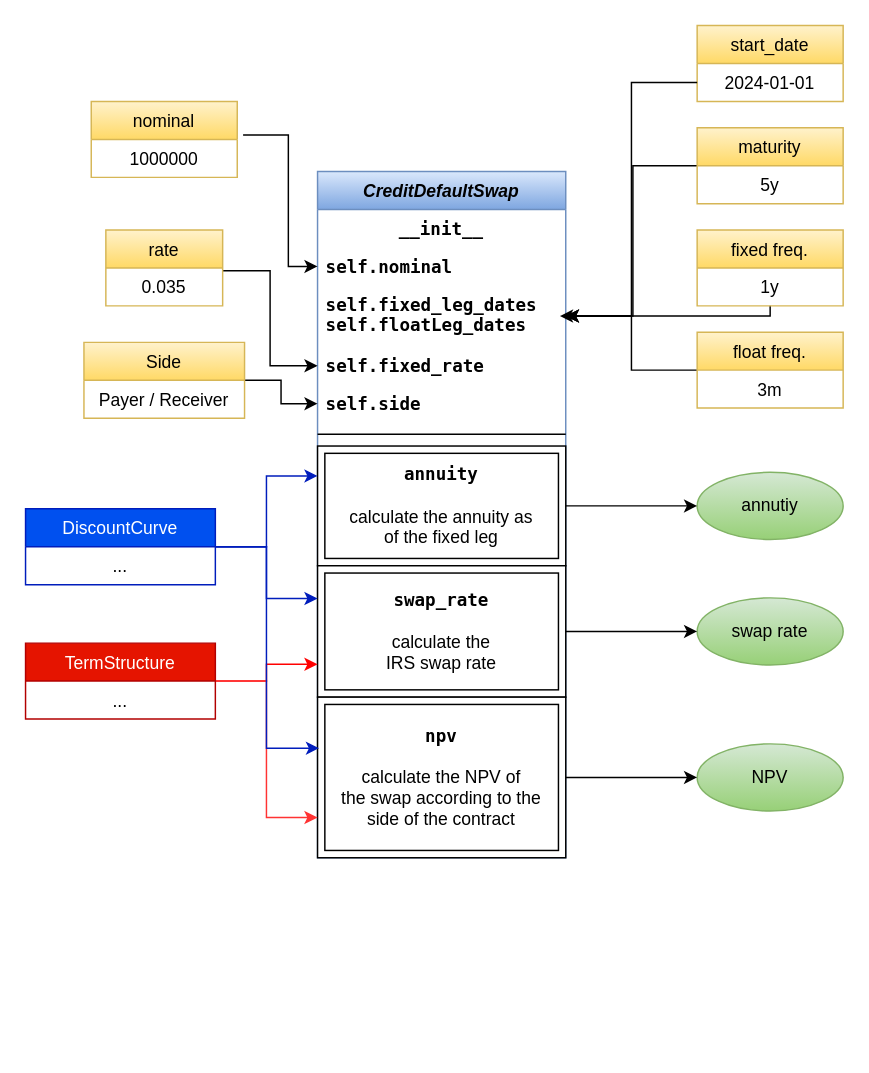
Above: input_files/CreditDefaultSwapClass.drawio in matteosan1/finance_course (draw.io), before the change. Source tidied: cells renumbered, new cells numbered last; positions are measured from the earlier drawing's top-left corner, leaving out a move shared by most shapes. Both pictures are drawn from the tidied source at 146%, with x=0, y=0 at pixel (25, 25).
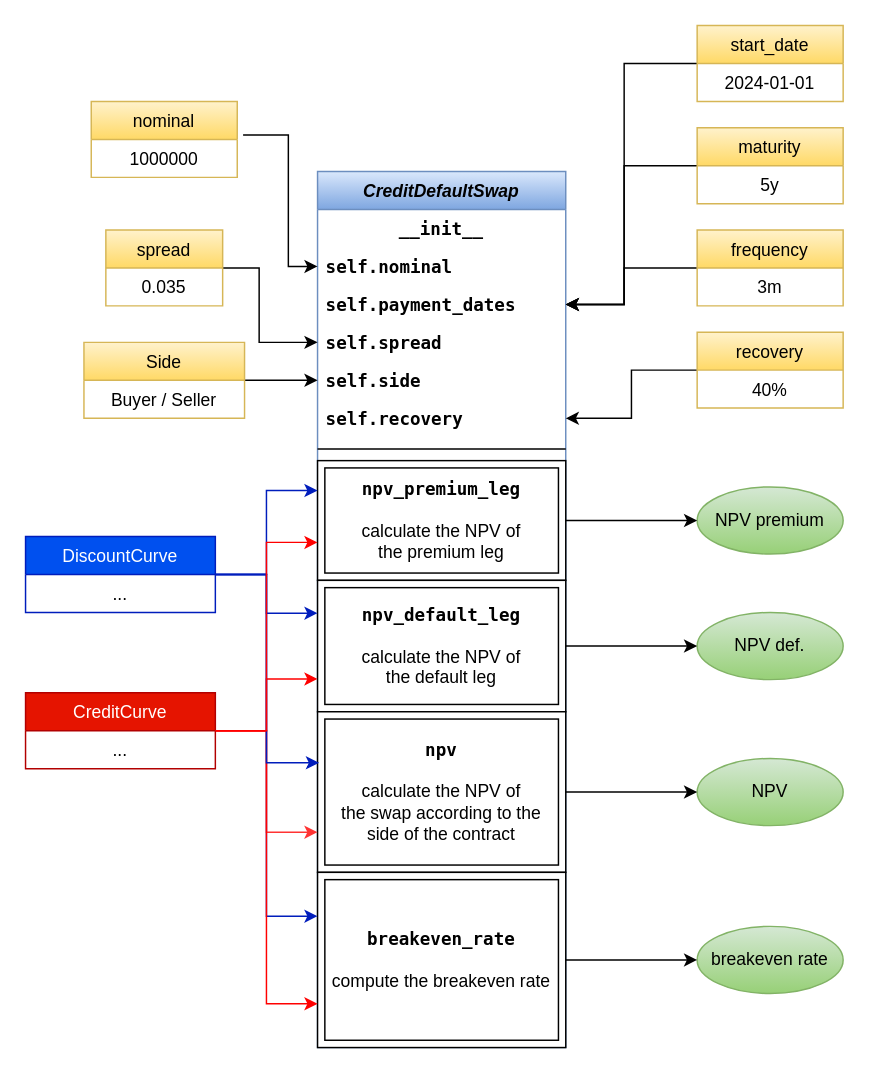
The same diagram, later.

The change refers to these unchanged cells:
```xml
<mxCell id="13" value="maturity" style="swimlane;fontStyle=0;align=center;verticalAlign=top;horizontal=1;startSize=26;rounded=0;shadow=0;strokeWidth=1;fillColor=#fff2cc;gradientColor=#ffd966;strokeColor=#d6b656;" parent="1" vertex="1">
  <mxGeometry x="460" y="70" width="100" height="52" as="geometry" />
</mxCell>
<mxCell id="16" value="Side" style="swimlane;fontStyle=0;align=center;verticalAlign=top;horizontal=1;startSize=26;rounded=0;shadow=0;strokeWidth=1;fillColor=#fff2cc;gradientColor=#ffd966;strokeColor=#d6b656;" parent="1" vertex="1">
  <mxGeometry x="40" y="217" width="110" height="52" as="geometry" />
</mxCell>
<mxCell id="18" value="start_date" style="swimlane;fontStyle=0;align=center;verticalAlign=top;horizontal=1;startSize=26;rounded=0;shadow=0;strokeWidth=1;fillColor=#fff2cc;gradientColor=#ffd966;strokeColor=#d6b656;" parent="1" vertex="1">
  <mxGeometry x="460" width="100" height="52" as="geometry" />
</mxCell>
<mxCell id="19" value="2024-01-01" style="text;align=center;verticalAlign=top;spacingLeft=4;spacingRight=4;overflow=hidden;points=[[0,0.5],[1,0.5]];portConstraint=eastwest;" parent="18" vertex="1">
  <mxGeometry y="26" width="100" height="26" as="geometry" />
</mxCell>
<mxCell id="30" value="0.035" style="text;align=center;verticalAlign=top;spacingLeft=4;spacingRight=4;overflow=hidden;points=[[0,0.5],[1,0.5]];portConstraint=eastwest;" parent="29" vertex="1">
  <mxGeometry y="26" width="80" height="26" as="geometry" />
</mxCell>
```

Change to the diagram source:
```diff
@@
     <mxCell id="2" value="CreditDefaultSwap" style="swimlane;fontStyle=3;align=center;verticalAlign=top;horizontal=1;startSize=26;rounded=0;shadow=0;strokeWidth=1;fillColor=#dae8fc;strokeColor=#6c8ebf;gradientColor=#7ea6e0;" parent="1" vertex="1">
-      <mxGeometry x="200" y="100" width="170" height="470" as="geometry" />
+      <mxGeometry x="200" y="100" width="170" height="600" as="geometry" />
     </mxCell>
@@
-    <mxCell id="5" value="self.fixed_leg_dates&#10;self.floatLeg_dates" style="text;align=left;verticalAlign=top;spacingLeft=4;spacingRight=4;overflow=hidden;points=[[0,0.5],[1,0.5]];portConstraint=eastwest;rounded=0;shadow=0;html=0;fontStyle=1;fontFamily=Lucida Console;" parent="2" vertex="1">
-      <mxGeometry y="78" width="170" height="42" as="geometry" />
-    </mxCell>
-    <mxCell id="6" value="self.fixed_rate" style="text;align=left;verticalAlign=top;spacingLeft=4;spacingRight=4;overflow=hidden;points=[[0,0.5],[1,0.5]];portConstraint=eastwest;rounded=0;shadow=0;html=0;fontStyle=1;fontFamily=Lucida Console;" parent="2" vertex="1">
-      <mxGeometry y="120" width="170" height="26" as="geometry" />
+    <mxCell id="6" value="self.payment_dates" style="text;align=left;verticalAlign=top;spacingLeft=4;spacingRight=4;overflow=hidden;points=[[0,0.5],[1,0.5]];portConstraint=eastwest;rounded=0;shadow=0;html=0;fontStyle=1;fontFamily=Lucida Console;" parent="2" vertex="1">
+      <mxGeometry y="78" width="170" height="26" as="geometry" />
     </mxCell>
+    <mxCell id="48" value="self.spread" style="text;align=left;verticalAlign=top;spacingLeft=4;spacingRight=4;overflow=hidden;points=[[0,0.5],[1,0.5]];portConstraint=eastwest;rounded=0;shadow=0;html=0;fontStyle=1;fontFamily=Lucida Console;" parent="2" vertex="1">
+      <mxGeometry y="104" width="170" height="26" as="geometry" />
+    </mxCell>
     <mxCell id="7" value="self.side" style="text;align=left;verticalAlign=top;spacingLeft=4;spacingRight=4;overflow=hidden;points=[[0,0.5],[1,0.5]];portConstraint=eastwest;rounded=0;shadow=0;html=0;fontStyle=1;fontFamily=Lucida Console;" parent="2" vertex="1">
-      <mxGeometry y="146" width="170" height="26" as="geometry" />
+      <mxGeometry y="130" width="170" height="26" as="geometry" />
     </mxCell>
+    <mxCell id="49" value="self.recovery" style="text;align=left;verticalAlign=top;spacingLeft=4;spacingRight=4;overflow=hidden;points=[[0,0.5],[1,0.5]];portConstraint=eastwest;rounded=0;shadow=0;html=0;fontStyle=1;fontFamily=Lucida Console;" parent="2" vertex="1">
+      <mxGeometry y="156" width="170" height="26" as="geometry" />
+    </mxCell>
     <mxCell id="8" style="line;html=1;strokeWidth=1;align=left;verticalAlign=middle;spacingTop=-1;spacingLeft=3;spacingRight=3;labelPosition=right;" parent="2" vertex="1">
-      <mxGeometry y="172" width="170" height="16" as="geometry" />
+      <mxGeometry y="182" width="170" height="16" as="geometry" />
     </mxCell>
-    <mxCell id="9" value="&lt;font face=&quot;Lucida Console&quot;&gt;&lt;b&gt;annuity&lt;/b&gt;&lt;/font&gt;&lt;br&gt;&lt;br&gt;&lt;font style=&quot;&quot; face=&quot;Helvetica&quot;&gt;calculate the annuity as&lt;br&gt;of the fixed leg&lt;/font&gt;" style="shape=ext;margin=3;double=1;whiteSpace=wrap;html=1;align=center;" parent="2" vertex="1">
-      <mxGeometry y="188" width="170" height="82" as="geometry" />
+    <mxCell id="9" value="&lt;font face=&quot;Lucida Console&quot;&gt;&lt;b&gt;npv_premium_leg&lt;/b&gt;&lt;/font&gt;&lt;br&gt;&lt;br&gt;&lt;font style=&quot;&quot; face=&quot;Helvetica&quot;&gt;calculate the NPV of&lt;br&gt;the premium leg&lt;/font&gt;" style="shape=ext;margin=3;double=1;whiteSpace=wrap;html=1;align=center;" parent="2" vertex="1">
+      <mxGeometry y="198" width="170" height="82" as="geometry" />
     </mxCell>
-    <mxCell id="10" value="&lt;b&gt;&lt;font face=&quot;Lucida Console&quot;&gt;swap_rate&lt;br&gt;&lt;/font&gt;&lt;/b&gt;&lt;br&gt;calculate the &lt;br&gt;IRS swap rate" style="shape=ext;margin=3;double=1;whiteSpace=wrap;html=1;align=center;" parent="2" vertex="1">
-      <mxGeometry y="270" width="170" height="90" as="geometry" />
+    <mxCell id="10" value="&lt;b&gt;&lt;font face=&quot;Lucida Console&quot;&gt;npv_default_leg&lt;br&gt;&lt;/font&gt;&lt;/b&gt;&lt;br&gt;calculate the NPV of&lt;br&gt;the default leg" style="shape=ext;margin=3;double=1;whiteSpace=wrap;html=1;align=center;" parent="2" vertex="1">
+      <mxGeometry y="280" width="170" height="90" as="geometry" />
     </mxCell>
     <mxCell id="11" value="&lt;b&gt;&lt;font face=&quot;Lucida Console&quot;&gt;npv&lt;br&gt;&lt;/font&gt;&lt;/b&gt;&lt;br&gt;calculate the NPV of&lt;br&gt;the swap according to the side of the contract" style="shape=ext;margin=3;double=1;whiteSpace=wrap;html=1;align=center;" parent="2" vertex="1">
-      <mxGeometry y="360" width="170" height="110" as="geometry" />
+      <mxGeometry y="370" width="170" height="110" as="geometry" />
     </mxCell>
-    <mxCell id="12" style="edgeStyle=orthogonalEdgeStyle;rounded=0;jettySize=auto;html=1;entryX=1;entryY=0.5;entryDx=0;entryDy=0;exitX=0;exitY=0.5;exitDx=0;exitDy=0;" parent="1" edge="1" source="13">
-      <mxGeometry relative="1" as="geometry">
-        <mxPoint x="366" y="199" as="targetPoint" />
-        <Array as="points">
-          <mxPoint x="416" y="96" />
-          <mxPoint x="416" y="199" />
-        </Array>
-      </mxGeometry>
-    </mxCell>
+    <mxCell id="50" value="&lt;b&gt;&lt;font face=&quot;Lucida Console&quot;&gt;breakeven_rate&lt;/font&gt;&lt;/b&gt;&lt;br&gt;&lt;div&gt;&lt;br&gt;compute the breakeven rate&lt;/div&gt;" style="shape=ext;margin=3;double=1;whiteSpace=wrap;html=1;align=center;" parent="2" vertex="1">
+      <mxGeometry y="480" width="170" height="120" as="geometry" />
+    </mxCell>
+    <mxCell id="51" style="edgeStyle=orthogonalEdgeStyle;rounded=0;jettySize=auto;html=1;entryX=1;entryY=0.5;entryDx=0;entryDy=0;" parent="1" edge="1" source="13" target="6">
+      <mxGeometry relative="1" as="geometry">
+        <Array as="points">
+          <mxPoint x="410" y="96" />
+          <mxPoint x="410" y="191" />
+        </Array>
+      </mxGeometry>
+    </mxCell>
@@
-    <mxCell id="17" value="Payer / Receiver" style="text;align=center;verticalAlign=top;spacingLeft=4;spacingRight=4;overflow=hidden;" parent="16" vertex="1">
+    <mxCell id="17" value="Buyer / Seller" style="text;align=center;verticalAlign=top;spacingLeft=4;spacingRight=4;overflow=hidden;" parent="16" vertex="1">
       <mxGeometry y="26" width="110" height="26" as="geometry" />
     </mxCell>
+    <mxCell id="52" style="edgeStyle=orthogonalEdgeStyle;rounded=0;jettySize=auto;html=1;entryX=1;entryY=0.5;entryDx=0;entryDy=0;" parent="1" edge="1" source="18" target="6">
+      <mxGeometry relative="1" as="geometry">
+        <Array as="points">
+          <mxPoint x="410" y="26" />
+          <mxPoint x="410" y="191" />
+        </Array>
+      </mxGeometry>
+    </mxCell>
@@
+    <mxCell id="53" style="edgeStyle=orthogonalEdgeStyle;rounded=0;jettySize=auto;html=1;entryX=0;entryY=0.25;entryDx=0;entryDy=0;fillColor=#0050ef;strokeColor=#001DBC;" parent="1" edge="1" source="22" target="50">
+      <mxGeometry relative="1" as="geometry" />
+    </mxCell>
     <mxCell id="22" value="DiscountCurve" style="swimlane;fontStyle=0;align=center;verticalAlign=top;horizontal=1;startSize=26;rounded=0;shadow=0;strokeWidth=1;fillColor=#0050ef;strokeColor=#001DBC;fontColor=#ffffff;" parent="1" vertex="1">
-      <mxGeometry y="331" width="130" height="52" as="geometry" />
+      <mxGeometry y="350" width="130" height="52" as="geometry" />
     </mxCell>
@@
-    <mxCell id="24" value="annutiy" style="ellipse;whiteSpace=wrap;html=1;align=center;fillColor=#d5e8d4;gradientColor=#97d077;strokeColor=#82b366;" parent="1" vertex="1">
-      <mxGeometry x="460" y="306" width="100" height="46" as="geometry" />
+    <mxCell id="24" value="NPV premium" style="ellipse;whiteSpace=wrap;html=1;align=center;fillColor=#d5e8d4;gradientColor=#97d077;strokeColor=#82b366;" parent="1" vertex="1">
+      <mxGeometry x="460" y="316" width="100" height="46" as="geometry" />
     </mxCell>
@@
-    <mxCell id="28" style="edgeStyle=orthogonalEdgeStyle;rounded=0;jettySize=auto;html=1;entryX=0;entryY=0.5;entryDx=0;entryDy=0;exitX=1;exitY=0.077;exitDx=0;exitDy=0;exitPerimeter=0;" parent="1" edge="1" source="30" target="6">
-      <mxGeometry relative="1" as="geometry" />
-    </mxCell>
+    <mxCell id="54" style="edgeStyle=orthogonalEdgeStyle;rounded=0;jettySize=auto;html=1;entryX=0;entryY=0.5;entryDx=0;entryDy=0;" parent="1" edge="1" source="29" target="48">
+      <mxGeometry relative="1" as="geometry">
+        <Array as="points">
+          <mxPoint x="160" y="166" />
+          <mxPoint x="160" y="217" />
+        </Array>
+      </mxGeometry>
+    </mxCell>
-    <mxCell id="29" value="rate" style="swimlane;fontStyle=0;align=center;verticalAlign=top;horizontal=1;startSize=26;rounded=0;shadow=0;strokeWidth=1;fillColor=#fff2cc;gradientColor=#ffd966;strokeColor=#d6b656;" parent="1" vertex="1">
+    <mxCell id="29" value="spread" style="swimlane;fontStyle=0;align=center;verticalAlign=top;horizontal=1;startSize=26;rounded=0;shadow=0;strokeWidth=1;fillColor=#fff2cc;gradientColor=#ffd966;strokeColor=#d6b656;" parent="1" vertex="1">
       <mxGeometry x="55" y="140" width="80" height="52" as="geometry" />
     </mxCell>
@@
-    <mxCell id="31" value="swap rate" style="ellipse;whiteSpace=wrap;html=1;align=center;fillColor=#d5e8d4;gradientColor=#97d077;strokeColor=#82b366;" parent="1" vertex="1">
-      <mxGeometry x="460" y="392" width="100" height="46" as="geometry" />
+    <mxCell id="31" value="NPV def." style="ellipse;whiteSpace=wrap;html=1;align=center;fillColor=#d5e8d4;gradientColor=#97d077;strokeColor=#82b366;" parent="1" vertex="1">
+      <mxGeometry x="460" y="402" width="100" height="46" as="geometry" />
     </mxCell>
     <mxCell id="32" value="NPV" style="ellipse;whiteSpace=wrap;html=1;align=center;fillColor=#d5e8d4;gradientColor=#97d077;strokeColor=#82b366;" parent="1" vertex="1">
-      <mxGeometry x="460" y="492" width="100" height="46" as="geometry" />
+      <mxGeometry x="460" y="502" width="100" height="46" as="geometry" />
     </mxCell>
-    <mxCell id="33" style="edgeStyle=orthogonalEdgeStyle;rounded=0;jettySize=auto;html=1;entryX=1;entryY=0.5;entryDx=0;entryDy=0;" parent="1" edge="1" source="34" target="5">
-      <mxGeometry relative="1" as="geometry">
-        <Array as="points">
-          <mxPoint x="510" y="199" />
-        </Array>
-      </mxGeometry>
-    </mxCell>
-    <mxCell id="34" value="fixed freq." style="swimlane;fontStyle=0;align=center;verticalAlign=top;horizontal=1;startSize=26;rounded=0;shadow=0;strokeWidth=1;fillColor=#fff2cc;gradientColor=#ffd966;strokeColor=#d6b656;" parent="1" vertex="1">
-      <mxGeometry x="460" y="140" width="100" height="52" as="geometry" />
-    </mxCell>
-    <mxCell id="35" value="1y" style="text;align=center;verticalAlign=top;spacingLeft=4;spacingRight=4;overflow=hidden;" parent="34" vertex="1">
-      <mxGeometry y="26" width="100" height="26" as="geometry" />
-    </mxCell>
-    <mxCell id="36" style="edgeStyle=orthogonalEdgeStyle;rounded=0;jettySize=auto;html=1;entryX=1;entryY=0.5;entryDx=0;entryDy=0;" parent="1" edge="1" source="37" target="5">
-      <mxGeometry relative="1" as="geometry" />
-    </mxCell>
+    <mxCell id="55" style="edgeStyle=orthogonalEdgeStyle;rounded=0;jettySize=auto;html=1;entryX=1;entryY=0.5;entryDx=0;entryDy=0;" parent="1" edge="1" source="37" target="6">
+      <mxGeometry relative="1" as="geometry">
+        <Array as="points">
+          <mxPoint x="410" y="166" />
+          <mxPoint x="410" y="191" />
+        </Array>
+      </mxGeometry>
+    </mxCell>
-    <mxCell id="37" value="float freq." style="swimlane;fontStyle=0;align=center;verticalAlign=top;horizontal=1;startSize=26;rounded=0;shadow=0;strokeWidth=1;fillColor=#fff2cc;gradientColor=#ffd966;strokeColor=#d6b656;" parent="1" vertex="1">
-      <mxGeometry x="460" y="210" width="100" height="52" as="geometry" />
+    <mxCell id="37" value="frequency" style="swimlane;fontStyle=0;align=center;verticalAlign=top;horizontal=1;startSize=26;rounded=0;shadow=0;strokeWidth=1;fillColor=#fff2cc;gradientColor=#ffd966;strokeColor=#d6b656;" parent="1" vertex="1">
+      <mxGeometry x="460" y="140" width="100" height="52" as="geometry" />
     </mxCell>
@@
-    <mxCell id="39" style="edgeStyle=orthogonalEdgeStyle;rounded=0;jettySize=auto;html=1;entryX=1;entryY=0.5;entryDx=0;entryDy=0;" parent="1" edge="1" source="19" target="5">
-      <mxGeometry relative="1" as="geometry" />
-    </mxCell>
@@
+    <mxCell id="56" style="edgeStyle=orthogonalEdgeStyle;rounded=0;jettySize=auto;html=1;entryX=0;entryY=0.75;entryDx=0;entryDy=0;strokeColor=#FF0000;" parent="1" edge="1" source="42" target="50">
+      <mxGeometry relative="1" as="geometry" />
+    </mxCell>
-    <mxCell id="42" value="TermStructure" style="swimlane;fontStyle=0;align=center;verticalAlign=top;horizontal=1;startSize=26;rounded=0;shadow=0;strokeWidth=1;fillColor=#e51400;strokeColor=#B20000;fontColor=#ffffff;" parent="1" vertex="1">
-      <mxGeometry y="423" width="130" height="52" as="geometry" />
+    <mxCell id="42" value="CreditCurve" style="swimlane;fontStyle=0;align=center;verticalAlign=top;horizontal=1;startSize=26;rounded=0;shadow=0;strokeWidth=1;fillColor=#e51400;strokeColor=#B20000;fontColor=#ffffff;" parent="1" vertex="1">
+      <mxGeometry y="457" width="130" height="52" as="geometry" />
     </mxCell>
@@
+    <mxCell id="57" style="edgeStyle=orthogonalEdgeStyle;rounded=0;jettySize=auto;html=1;entryX=1;entryY=0.5;entryDx=0;entryDy=0;" parent="1" edge="1" source="58" target="49">
+      <mxGeometry relative="1" as="geometry" />
+    </mxCell>
+    <mxCell id="58" value="recovery" style="swimlane;fontStyle=0;align=center;verticalAlign=top;horizontal=1;startSize=26;rounded=0;shadow=0;strokeWidth=1;fillColor=#fff2cc;gradientColor=#ffd966;strokeColor=#d6b656;" parent="1" vertex="1">
+      <mxGeometry x="460" y="210" width="100" height="52" as="geometry" />
+    </mxCell>
+    <mxCell id="59" value="40%" style="text;align=center;verticalAlign=top;spacingLeft=4;spacingRight=4;overflow=hidden;" parent="58" vertex="1">
+      <mxGeometry y="26" width="100" height="26" as="geometry" />
+    </mxCell>
+    <mxCell id="60" value="breakeven rate" style="ellipse;whiteSpace=wrap;html=1;align=center;fillColor=#d5e8d4;gradientColor=#97d077;strokeColor=#82b366;" parent="1" vertex="1">
+      <mxGeometry x="460" y="617" width="100" height="46" as="geometry" />
+    </mxCell>
+    <mxCell id="61" style="edgeStyle=orthogonalEdgeStyle;rounded=0;jettySize=auto;html=1;entryX=0;entryY=0.5;entryDx=0;entryDy=0;" parent="1" edge="1" source="50" target="60">
+      <mxGeometry relative="1" as="geometry" />
+    </mxCell>
+    <mxCell id="62" style="edgeStyle=orthogonalEdgeStyle;rounded=0;jettySize=auto;html=1;entryX=0;entryY=0.683;entryDx=0;entryDy=0;entryPerimeter=0;fillColor=#e51400;strokeColor=#FF0000;" parent="1" edge="1" source="42" target="9">
+      <mxGeometry relative="1" as="geometry" />
+    </mxCell>
```
